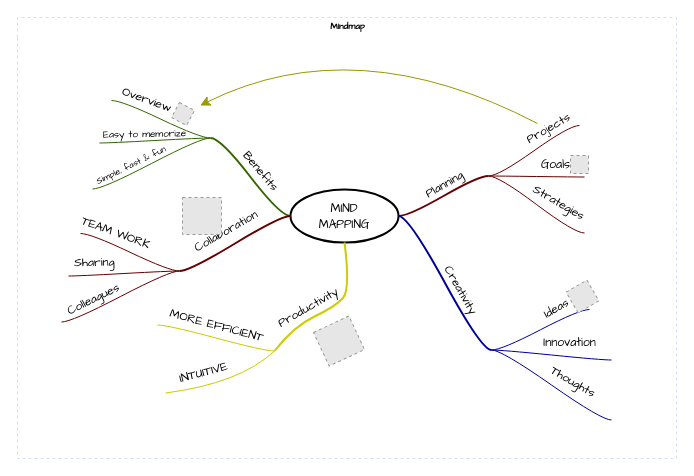
This is SD教程流程.drawio from LittleTrain0321/15150400109Wy, a draw.io file, before an edit. Source tidied: cells renumbered, new cells numbered last; positions are measured from the earlier drawing's top-left corner, leaving out a move shared by most shapes. Both pictures are drawn from the tidied source at 100%, with x=0, y=0 at pixel (17, 17). Pictures stored in the file or linked from it are replaced by grey dashed boxes.
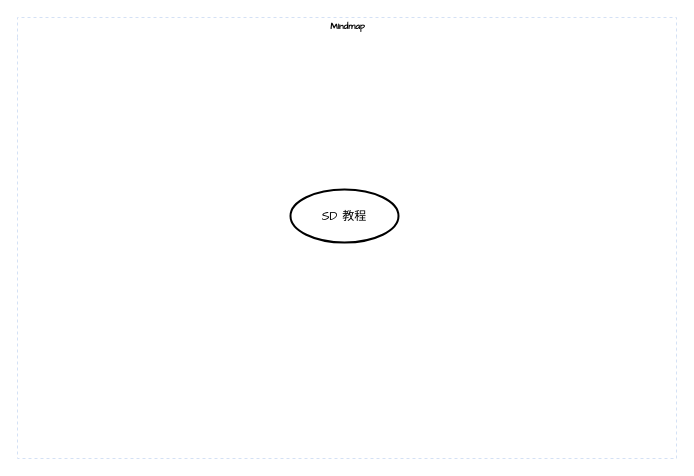
The same page after the edit.

Commit message:
更新SD教程流程.drawio

Unchanged cells that the change refers to:
```xml
<mxCell id="2" value="Mindmap" style="swimlane;html=1;startSize=20;horizontal=1;containerType=tree;labelBackgroundColor=none;strokeColor=#D4E1F5;strokeWidth=1;fillColor=none;fontFamily=Comic Sans MS;fontSize=9;swimlaneLine=0;dashed=1;" parent="1" vertex="1">
  <mxGeometry width="659" height="441" as="geometry" />
</mxCell>
```

The edit, as a diff of the source:
```diff
@@
-    <mxCell id="3" value="&lt;font face=&quot;Comic Sans MS&quot;&gt;MIND&lt;br&gt;MAPPING&lt;/font&gt;" style="ellipse;whiteSpace=wrap;html=1;align=center;strokeWidth=2;" parent="2" vertex="1">
+    <mxCell id="3" value="&lt;font face=&quot;Comic Sans MS&quot;&gt;SD 教程&lt;/font&gt;" style="ellipse;whiteSpace=wrap;html=1;align=center;strokeWidth=2;" parent="2" vertex="1" collapsed="1">
       <mxGeometry x="273" y="172" width="108" height="53" as="geometry" />
     </mxCell>
-    <mxCell id="4" style="whiteSpace=wrap;html=1;rounded=1;arcSize=50;align=center;verticalAlign=middle;strokeWidth=1;spacing=4;" parent="2" vertex="1">
-      <mxGeometry x="471" y="158" height="1" as="geometry" />
-    </mxCell>
-    <mxCell id="5" style="edgeStyle=entityRelationEdgeStyle;startArrow=none;endArrow=none;segment=10;curved=1;strokeWidth=2;strokeColor=#660000;rounded=0;fontSize=12;startSize=8;endSize=8;" parent="2" edge="1" source="3" target="4">
-      <mxGeometry relative="1" as="geometry" />
-    </mxCell>
-    <mxCell id="6" value="Planning" style="text;html=1;align=center;verticalAlign=middle;labelBackgroundColor=none;rotation=-30;fontFamily=Comic Sans MS;" parent="5" vertex="1">
-      <mxGeometry x="0.02" y="2" relative="1" as="geometry">
-        <mxPoint x="1" y="-9" as="offset" />
-      </mxGeometry>
-    </mxCell>
-    <mxCell id="7" style="whiteSpace=wrap;html=1;rounded=1;arcSize=50;align=center;verticalAlign=middle;strokeWidth=1;spacing=4;" parent="2" vertex="1" collapsed="1">
-      <mxGeometry x="562" y="108" width="5" as="geometry" />
-    </mxCell>
-    <mxCell id="8" style="edgeStyle=entityRelationEdgeStyle;startArrow=none;endArrow=none;segment=10;curved=1;strokeColor=#660000;rounded=0;fontSize=12;startSize=8;endSize=8;" parent="2" edge="1" source="4" target="7">
-      <mxGeometry relative="1" as="geometry" />
-    </mxCell>
-    <mxCell id="9" value="Projects" style="text;html=1;points=[];align=center;verticalAlign=middle;labelBackgroundColor=none;fontFamily=Comic Sans MS;rotation=-30;" parent="8" vertex="1">
-      <mxGeometry x="0.26" relative="1" as="geometry">
-        <mxPoint x="3" y="-14" as="offset" />
-      </mxGeometry>
-    </mxCell>
-    <mxCell id="10" style="whiteSpace=wrap;html=1;rounded=1;arcSize=50;align=center;verticalAlign=middle;strokeWidth=1;spacing=4;" parent="2" vertex="1">
-      <mxGeometry x="567" y="159" height="1" as="geometry" />
-    </mxCell>
-    <mxCell id="11" style="edgeStyle=entityRelationEdgeStyle;startArrow=none;endArrow=none;segment=10;curved=1;strokeColor=#660000;rounded=0;fontSize=12;startSize=8;endSize=8;" parent="2" edge="1" source="4" target="10">
-      <mxGeometry relative="1" as="geometry" />
-    </mxCell>
-    <mxCell id="12" value="Goals" style="text;html=1;align=center;verticalAlign=middle;labelBackgroundColor=none;fontFamily=Comic Sans MS;rotation=0;" parent="11" vertex="1">
-      <mxGeometry x="-0.11" y="-1" relative="1" as="geometry">
-        <mxPoint x="24" y="-12" as="offset" />
-      </mxGeometry>
-    </mxCell>
-    <mxCell id="13" style="whiteSpace=wrap;html=1;rounded=1;arcSize=50;align=center;verticalAlign=middle;strokeWidth=1;spacing=4;" parent="2" vertex="1">
-      <mxGeometry x="567" y="215" height="1" as="geometry" />
-    </mxCell>
-    <mxCell id="14" style="edgeStyle=entityRelationEdgeStyle;startArrow=none;endArrow=none;segment=10;curved=1;strokeColor=#660000;rounded=0;fontSize=12;startSize=8;endSize=8;" parent="2" edge="1" source="4" target="13">
-      <mxGeometry relative="1" as="geometry" />
-    </mxCell>
-    <mxCell id="15" value="Strategies" style="text;html=1;align=center;verticalAlign=middle;labelBackgroundColor=none;fontFamily=Comic Sans MS;rotation=30;" parent="14" vertex="1">
-      <mxGeometry x="-0.11" y="-1" relative="1" as="geometry">
-        <mxPoint x="28" y="1" as="offset" />
-      </mxGeometry>
-    </mxCell>
-    <mxCell id="16" style="whiteSpace=wrap;html=1;rounded=1;arcSize=50;align=center;verticalAlign=middle;strokeWidth=1;spacing=4;" parent="2" vertex="1">
-      <mxGeometry x="474" y="332" height="1" as="geometry" />
-    </mxCell>
-    <mxCell id="17" style="edgeStyle=entityRelationEdgeStyle;startArrow=none;endArrow=none;segment=10;curved=1;strokeWidth=2;strokeColor=#000099;rounded=0;fontSize=12;startSize=8;endSize=8;" parent="2" edge="1" source="3" target="16">
-      <mxGeometry relative="1" as="geometry" />
-    </mxCell>
-    <mxCell id="18" value="Creativity" style="text;html=1;align=center;verticalAlign=middle;labelBackgroundColor=none;rotation=60;fontFamily=Comic Sans MS;" parent="17" vertex="1">
-      <mxGeometry x="0.02" y="2" relative="1" as="geometry">
-        <mxPoint x="13" y="6" as="offset" />
-      </mxGeometry>
-    </mxCell>
-    <mxCell id="19" style="whiteSpace=wrap;html=1;rounded=1;arcSize=50;align=center;verticalAlign=middle;strokeWidth=1;spacing=4;" parent="2" vertex="1">
-      <mxGeometry x="572" y="292" width="5" as="geometry" />
-    </mxCell>
-    <mxCell id="20" style="edgeStyle=entityRelationEdgeStyle;startArrow=none;endArrow=none;segment=10;curved=1;strokeColor=#000099;rounded=0;fontSize=12;startSize=8;endSize=8;" parent="2" edge="1" source="16" target="19">
-      <mxGeometry relative="1" as="geometry" />
-    </mxCell>
-    <mxCell id="21" value="Ideas" style="text;html=1;align=center;verticalAlign=middle;labelBackgroundColor=none;fontFamily=Comic Sans MS;rotation=-30;" parent="20" vertex="1">
-      <mxGeometry x="0.26" relative="1" as="geometry">
-        <mxPoint x="3" y="-14" as="offset" />
-      </mxGeometry>
-    </mxCell>
-    <mxCell id="22" style="whiteSpace=wrap;html=1;rounded=1;arcSize=50;align=center;verticalAlign=middle;strokeWidth=1;spacing=4;" parent="2" vertex="1">
-      <mxGeometry x="594" y="342" height="1" as="geometry" />
-    </mxCell>
-    <mxCell id="23" style="edgeStyle=entityRelationEdgeStyle;startArrow=none;endArrow=none;segment=10;curved=1;strokeColor=#000099;rounded=0;fontSize=12;startSize=8;endSize=8;" parent="2" edge="1" source="16" target="22">
-      <mxGeometry relative="1" as="geometry" />
-    </mxCell>
-    <mxCell id="24" value="Innovation" style="text;html=1;align=center;verticalAlign=middle;labelBackgroundColor=none;fontFamily=Comic Sans MS;rotation=0;" parent="23" vertex="1">
-      <mxGeometry x="-0.11" y="-1" relative="1" as="geometry">
-        <mxPoint x="24" y="-12" as="offset" />
-      </mxGeometry>
-    </mxCell>
-    <mxCell id="25" style="whiteSpace=wrap;html=1;rounded=1;arcSize=50;align=center;verticalAlign=middle;strokeWidth=1;spacing=4;" parent="2" vertex="1">
-      <mxGeometry x="594" y="402" height="1" as="geometry" />
-    </mxCell>
-    <mxCell id="26" style="edgeStyle=entityRelationEdgeStyle;startArrow=none;endArrow=none;segment=10;curved=1;strokeColor=#000099;rounded=0;fontSize=12;startSize=8;endSize=8;" parent="2" edge="1" source="16" target="25">
-      <mxGeometry relative="1" as="geometry" />
-    </mxCell>
-    <mxCell id="27" value="Thoughts" style="text;html=1;align=center;verticalAlign=middle;labelBackgroundColor=none;fontFamily=Comic Sans MS;rotation=30;" parent="26" vertex="1">
-      <mxGeometry x="-0.11" y="-1" relative="1" as="geometry">
-        <mxPoint x="28" y="1" as="offset" />
-      </mxGeometry>
-    </mxCell>
-    <mxCell id="28" style="fillColor=#E6E6E6;strokeColor=#999999;dashed=1;html=1;verticalAlign=top;verticalLabelPosition=bottom;labelBackgroundColor=#ffffff;fontFamily=Comic Sans MS;rotation=-30;" parent="2" vertex="1">
-      <mxGeometry x="553" y="267" width="24" height="24" as="geometry" />
-    </mxCell>
-    <mxCell id="29" style="edgeStyle=entityRelationEdgeStyle;jumpStyle=arc;html=1;endArrow=classicThin;endFill=1;jettySize=auto;strokeColor=none;strokeWidth=2;fontFamily=Comic Sans MS;rounded=0;fontSize=12;startSize=8;endSize=8;curved=1;" parent="2" edge="1" source="19" target="28">
-      <mxGeometry relative="1" as="geometry" />
-    </mxCell>
-    <mxCell id="30" style="fillColor=#E6E6E6;strokeColor=#999999;dashed=1;html=1;verticalAlign=top;verticalLabelPosition=bottom;labelBackgroundColor=#ffffff;fontFamily=Comic Sans MS;" parent="2" vertex="1">
-      <mxGeometry x="553" y="138" width="18" height="18" as="geometry" />
-    </mxCell>
-    <mxCell id="31" style="edgeStyle=entityRelationEdgeStyle;jumpStyle=arc;html=1;endArrow=classicThin;endFill=1;jettySize=auto;strokeColor=none;strokeWidth=2;fontFamily=Comic Sans MS;rounded=0;fontSize=12;startSize=8;endSize=8;curved=1;" parent="2" edge="1" source="10" target="30">
-      <mxGeometry relative="1" as="geometry" />
-    </mxCell>
-    <mxCell id="32" style="whiteSpace=wrap;html=1;rounded=1;arcSize=50;align=center;verticalAlign=middle;strokeWidth=1;spacing=4;" parent="2" vertex="1">
-      <mxGeometry x="193" y="120" height="1" as="geometry" />
-    </mxCell>
-    <mxCell id="33" style="edgeStyle=entityRelationEdgeStyle;startArrow=none;endArrow=none;segment=10;curved=1;strokeWidth=2;strokeColor=#336600;rounded=0;fontSize=12;startSize=8;endSize=8;" parent="2" edge="1" source="3" target="32">
-      <mxGeometry relative="1" as="geometry" />
-    </mxCell>
-    <mxCell id="34" value="Benefits" style="text;html=1;align=center;verticalAlign=middle;labelBackgroundColor=none;rotation=50;fontFamily=Comic Sans MS;" parent="33" vertex="1">
-      <mxGeometry x="0.02" y="2" relative="1" as="geometry">
-        <mxPoint x="12" y="-7" as="offset" />
-      </mxGeometry>
-    </mxCell>
-    <mxCell id="35" style="whiteSpace=wrap;html=1;rounded=1;arcSize=50;align=center;verticalAlign=middle;strokeWidth=1;spacing=4;" parent="2" vertex="1">
-      <mxGeometry x="75" y="171" height="1" as="geometry" />
-    </mxCell>
-    <mxCell id="36" style="edgeStyle=entityRelationEdgeStyle;startArrow=none;endArrow=none;segment=10;curved=1;strokeColor=#336600;rounded=0;fontSize=12;startSize=8;endSize=8;" parent="2" edge="1" source="32" target="35">
-      <mxGeometry relative="1" as="geometry" />
-    </mxCell>
-    <mxCell id="37" value="Simple, fast &amp;amp; fun" style="text;html=1;align=center;verticalAlign=middle;labelBackgroundColor=none;fontFamily=Comic Sans MS;rotation=-26;fontSize=9;" parent="36" vertex="1">
-      <mxGeometry x="-0.11" y="-1" relative="1" as="geometry">
-        <mxPoint x="-27" y="7" as="offset" />
-      </mxGeometry>
-    </mxCell>
-    <mxCell id="38" style="whiteSpace=wrap;html=1;rounded=1;arcSize=50;align=center;verticalAlign=middle;strokeWidth=1;spacing=4;" parent="2" vertex="1">
-      <mxGeometry x="82" y="125" height="1" as="geometry" />
-    </mxCell>
-    <mxCell id="39" style="edgeStyle=entityRelationEdgeStyle;startArrow=none;endArrow=none;segment=10;curved=1;strokeColor=#336600;rounded=0;fontSize=12;startSize=8;endSize=8;" parent="2" edge="1" source="32" target="38">
-      <mxGeometry relative="1" as="geometry" />
-    </mxCell>
-    <mxCell id="40" value="Easy to memorize" style="text;html=1;align=center;verticalAlign=middle;labelBackgroundColor=none;fontFamily=Comic Sans MS;rotation=-1;fontSize=10;" parent="39" vertex="1">
-      <mxGeometry x="-0.11" y="-1" relative="1" as="geometry">
-        <mxPoint x="-18" y="-6" as="offset" />
-      </mxGeometry>
-    </mxCell>
-    <mxCell id="41" style="whiteSpace=wrap;html=1;rounded=1;arcSize=50;align=center;verticalAlign=middle;strokeWidth=1;spacing=4;" parent="2" vertex="1" collapsed="1">
-      <mxGeometry x="89" y="83" width="5" as="geometry" />
-    </mxCell>
-    <mxCell id="42" style="edgeStyle=entityRelationEdgeStyle;startArrow=none;endArrow=none;segment=10;curved=1;strokeColor=#336600;rounded=0;fontSize=12;startSize=8;endSize=8;" parent="2" edge="1" source="32" target="41">
-      <mxGeometry relative="1" as="geometry" />
-    </mxCell>
-    <mxCell id="43" value="Overview" style="text;html=1;align=center;verticalAlign=middle;labelBackgroundColor=none;fontFamily=Comic Sans MS;rotation=20;" parent="42" vertex="1">
-      <mxGeometry x="0.26" relative="1" as="geometry">
-        <mxPoint x="-2" y="-13" as="offset" />
-      </mxGeometry>
-    </mxCell>
-    <mxCell id="44" style="fillColor=#E6E6E6;strokeColor=#999999;dashed=1;html=1;verticalAlign=top;verticalLabelPosition=bottom;labelBackgroundColor=#ffffff;fontFamily=Comic Sans MS;fontSize=10;rotation=28;" parent="2" vertex="1">
-      <mxGeometry x="157" y="88" width="17" height="17" as="geometry" />
-    </mxCell>
-    <mxCell id="45" style="endArrow=classic;html=1;curved=1;sourcePerimeterSpacing=10;strokeColor=#999900;targetPerimeterSpacing=7;rounded=0;fontSize=12;startSize=8;endSize=8;" parent="2" edge="1" source="9" target="44">
-      <mxGeometry relative="1" as="geometry">
-        <Array as="points">
-          <mxPoint x="338" y="11" />
-        </Array>
-      </mxGeometry>
-    </mxCell>
-    <mxCell id="46" style="jumpStyle=arc;html=1;endArrow=classicThin;endFill=1;jettySize=auto;strokeColor=none;strokeWidth=2;fontFamily=Comic Sans MS;fontSize=10;rounded=0;startSize=8;endSize=8;curved=1;" parent="2" edge="1" source="32" target="44">
-      <mxGeometry relative="1" as="geometry" />
+    <mxCell id="46" style="jumpStyle=arc;html=1;endArrow=classicThin;endFill=1;jettySize=auto;orthogonalLoop=1;strokeColor=none;strokeWidth=2;fontFamily=Comic Sans MS;fontSize=10;rounded=0;startSize=8;endSize=8;curved=1;" parent="2" edge="1">
+      <mxGeometry relative="1" as="geometry">
+        <mxPoint x="193" y="120.5" as="sourcePoint" />
+        <mxPoint x="172.1" y="102.2" as="targetPoint" />
+      </mxGeometry>
     </mxCell>
-    <mxCell id="47" style="whiteSpace=wrap;html=1;rounded=1;arcSize=50;align=center;verticalAlign=middle;strokeWidth=1;spacing=4;" parent="2" vertex="1">
-      <mxGeometry x="162" y="253" height="1" as="geometry" />
-    </mxCell>
-    <mxCell id="48" style="edgeStyle=entityRelationEdgeStyle;startArrow=none;endArrow=none;segment=10;curved=1;strokeWidth=2;strokeColor=#660000;rounded=0;fontSize=12;startSize=8;endSize=8;" parent="2" edge="1" source="3" target="47">
-      <mxGeometry relative="1" as="geometry" />
-    </mxCell>
-    <mxCell id="49" value="Collaboration" style="text;html=1;align=center;verticalAlign=middle;labelBackgroundColor=none;rotation=-30;fontFamily=Comic Sans MS;" parent="48" vertex="1">
-      <mxGeometry x="0.02" y="2" relative="1" as="geometry">
-        <mxPoint x="-10" y="-13" as="offset" />
-      </mxGeometry>
-    </mxCell>
-    <mxCell id="50" style="whiteSpace=wrap;html=1;rounded=1;arcSize=50;align=center;verticalAlign=middle;strokeWidth=1;spacing=4;" parent="2" vertex="1">
-      <mxGeometry x="44" y="304" height="1" as="geometry" />
-    </mxCell>
-    <mxCell id="51" style="edgeStyle=entityRelationEdgeStyle;startArrow=none;endArrow=none;segment=10;curved=1;strokeColor=#660000;rounded=0;fontSize=12;startSize=8;endSize=8;" parent="2" edge="1" source="47" target="50">
-      <mxGeometry relative="1" as="geometry" />
-    </mxCell>
-    <mxCell id="52" value="Colleagues" style="text;html=1;align=center;verticalAlign=middle;labelBackgroundColor=none;fontFamily=Comic Sans MS;rotation=-26;fontSize=12;" parent="51" vertex="1">
-      <mxGeometry x="-0.11" y="-1" relative="1" as="geometry">
-        <mxPoint x="-34" y="8" as="offset" />
-      </mxGeometry>
-    </mxCell>
-    <mxCell id="53" style="whiteSpace=wrap;html=1;rounded=1;arcSize=50;align=center;verticalAlign=middle;strokeWidth=1;spacing=4;" parent="2" vertex="1">
-      <mxGeometry x="51" y="258" height="1" as="geometry" />
-    </mxCell>
-    <mxCell id="54" style="edgeStyle=entityRelationEdgeStyle;startArrow=none;endArrow=none;segment=10;curved=1;strokeColor=#660000;rounded=0;fontSize=12;startSize=8;endSize=8;" parent="2" edge="1" source="47" target="53">
-      <mxGeometry relative="1" as="geometry" />
-    </mxCell>
-    <mxCell id="55" value="Sharing" style="text;html=1;align=center;verticalAlign=middle;labelBackgroundColor=none;fontFamily=Comic Sans MS;rotation=-1;fontSize=12;" parent="54" vertex="1">
-      <mxGeometry x="-0.11" y="-1" relative="1" as="geometry">
-        <mxPoint x="-37" y="-9" as="offset" />
-      </mxGeometry>
-    </mxCell>
-    <mxCell id="56" style="whiteSpace=wrap;html=1;rounded=1;arcSize=50;align=center;verticalAlign=middle;strokeWidth=1;spacing=4;" parent="2" vertex="1" collapsed="1">
-      <mxGeometry x="58" y="216" width="5" as="geometry" />
-    </mxCell>
-    <mxCell id="57" style="edgeStyle=entityRelationEdgeStyle;startArrow=none;endArrow=none;segment=10;curved=1;strokeColor=#660000;rounded=0;fontSize=12;startSize=8;endSize=8;" parent="2" edge="1" source="47" target="56">
-      <mxGeometry relative="1" as="geometry" />
-    </mxCell>
-    <mxCell id="58" value="TEAM WORK" style="text;html=1;align=center;verticalAlign=middle;labelBackgroundColor=none;fontFamily=Comic Sans MS;rotation=20;" parent="57" vertex="1">
-      <mxGeometry x="0.26" relative="1" as="geometry">
-        <mxPoint x="-2" y="-13" as="offset" />
-      </mxGeometry>
-    </mxCell>
-    <mxCell id="59" style="fillColor=#E6E6E6;strokeColor=#999999;dashed=1;html=1;verticalAlign=top;verticalLabelPosition=bottom;labelBackgroundColor=#ffffff;fontFamily=Comic Sans MS;fontSize=12;fontColor=#000000;align=center;" parent="2" vertex="1">
-      <mxGeometry x="165" y="180" width="39" height="37" as="geometry" />
-    </mxCell>
-    <mxCell id="60" style="edgeStyle=none;jumpStyle=arc;html=1;entryX=0.5;entryY=1;entryPerimeter=0;endArrow=classicThin;endFill=1;jettySize=auto;strokeColor=none;strokeWidth=2;fontFamily=Comic Sans MS;fontSize=12;rounded=0;startSize=8;endSize=8;curved=1;" parent="2" edge="1" source="47" target="59">
-      <mxGeometry relative="1" as="geometry" />
-    </mxCell>
-    <mxCell id="61" style="whiteSpace=wrap;html=1;rounded=1;arcSize=50;align=center;verticalAlign=middle;strokeWidth=1;spacing=4;" parent="2" vertex="1">
-      <mxGeometry x="257" y="333" height="1" as="geometry" />
-    </mxCell>
-    <mxCell id="62" style="startArrow=none;endArrow=none;segment=10;strokeWidth=2;strokeColor=#CCCC00;exitX=0.5;exitY=1;curved=1;rounded=0;fontSize=12;startSize=8;endSize=8;" parent="2" edge="1" source="3" target="61">
-      <mxGeometry relative="1" as="geometry">
-        <Array as="points">
-          <mxPoint x="333" y="272" />
-          <mxPoint x="318" y="289" />
-          <mxPoint x="276" y="309" />
-        </Array>
-      </mxGeometry>
-    </mxCell>
-    <mxCell id="63" value="Productivity" style="text;html=1;align=center;verticalAlign=middle;labelBackgroundColor=none;rotation=-30;fontFamily=Comic Sans MS;" parent="62" vertex="1">
-      <mxGeometry x="0.02" y="2" relative="1" as="geometry">
-        <mxPoint x="-24" y="-2" as="offset" />
-      </mxGeometry>
-    </mxCell>
-    <mxCell id="64" style="whiteSpace=wrap;html=1;rounded=1;arcSize=50;align=center;verticalAlign=middle;strokeWidth=1;spacing=4;" parent="2" vertex="1">
-      <mxGeometry x="148" y="375" height="1" as="geometry" />
-    </mxCell>
-    <mxCell id="65" style="startArrow=none;endArrow=none;segment=10;strokeColor=#CCCC00;curved=1;rounded=0;fontSize=12;startSize=8;endSize=8;" parent="2" edge="1" source="61" target="64">
-      <mxGeometry relative="1" as="geometry">
-        <Array as="points">
-          <mxPoint x="222" y="366" />
-        </Array>
-      </mxGeometry>
-    </mxCell>
-    <mxCell id="66" value="INTUITIVE" style="text;html=1;align=center;verticalAlign=middle;labelBackgroundColor=none;fontFamily=Comic Sans MS;rotation=-15;fontSize=12;" parent="65" vertex="1">
-      <mxGeometry x="-0.11" y="-1" relative="1" as="geometry">
-        <mxPoint x="-30" y="-10" as="offset" />
-      </mxGeometry>
-    </mxCell>
-    <mxCell id="67" style="whiteSpace=wrap;html=1;rounded=1;arcSize=50;align=center;verticalAlign=middle;strokeWidth=1;spacing=4;" parent="2" vertex="1">
-      <mxGeometry x="140" y="307" height="1" as="geometry" />
-    </mxCell>
-    <mxCell id="68" style="edgeStyle=entityRelationEdgeStyle;startArrow=none;endArrow=none;segment=10;curved=1;strokeColor=#CCCC00;rounded=0;fontSize=12;startSize=8;endSize=8;" parent="2" edge="1" source="61" target="67">
-      <mxGeometry relative="1" as="geometry" />
-    </mxCell>
-    <mxCell id="69" value="MORE EFFICIENT" style="text;html=1;align=center;verticalAlign=middle;labelBackgroundColor=none;fontFamily=Comic Sans MS;rotation=15;fontSize=12;" parent="68" vertex="1">
-      <mxGeometry x="-0.11" y="-1" relative="1" as="geometry">
-        <mxPoint x="-6" y="-13" as="offset" />
-      </mxGeometry>
-    </mxCell>
-    <mxCell id="70" style="fillColor=#E6E6E6;strokeColor=#999999;dashed=1;html=1;verticalAlign=top;verticalLabelPosition=bottom;labelBackgroundColor=#ffffff;fontFamily=Comic Sans MS;fontSize=12;fontColor=#000000;align=center;rotation=-25;" parent="2" vertex="1">
-      <mxGeometry x="302" y="305" width="39" height="37" as="geometry" />
-    </mxCell>
-    <mxCell id="71" style="edgeStyle=none;jumpStyle=arc;html=1;entryX=0.5;entryY=1;entryPerimeter=0;endArrow=classicThin;endFill=1;jettySize=auto;strokeColor=none;strokeWidth=2;fontFamily=Comic Sans MS;fontSize=12;rounded=0;startSize=8;endSize=8;curved=1;" parent="2" edge="1" source="61" target="70">
-      <mxGeometry relative="1" as="geometry" />
-    </mxCell>
```
